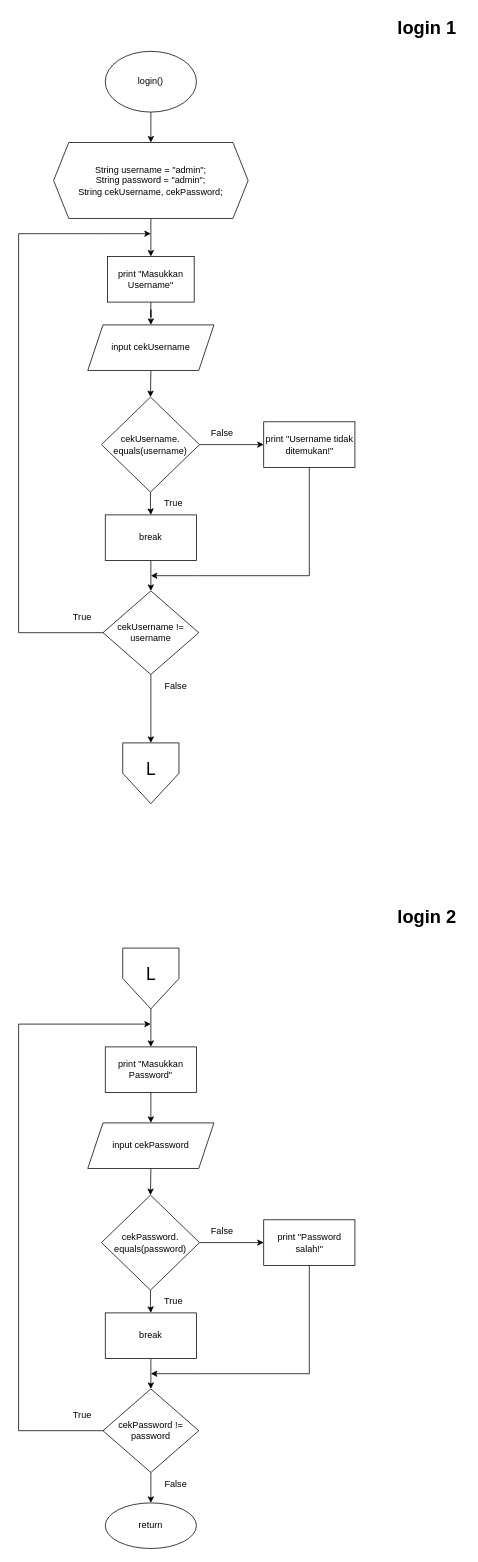
Before: page "login" (3 of 9) of Tugas Akhir/Flowchart.drawio in nhaidaar/daspro, a draw.io diagram. Source tidied: cells renumbered, new cells numbered last; positions are measured from the earlier drawing's top-left corner, leaving out a move shared by most shapes. Both pictures are drawn from the tidied source at 76%, with x=0, y=0 at pixel (18, 13).
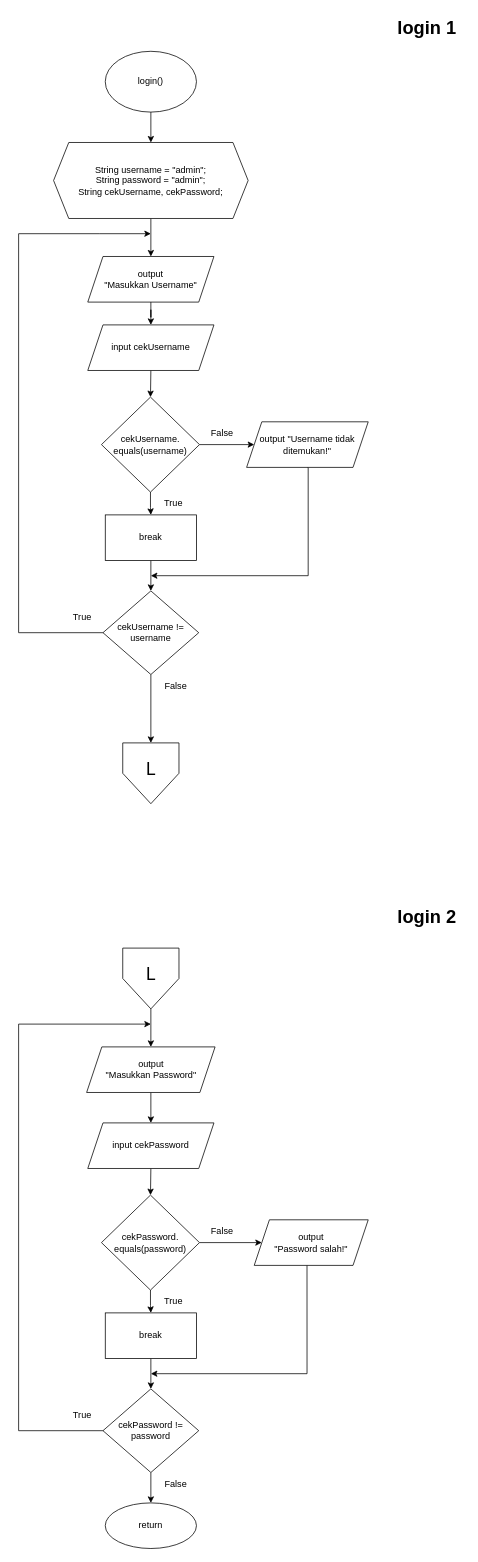
The same page after the edit.

The change refers to these unchanged cells:
```xml
<mxCell id="5" value="&lt;div&gt;String username = &quot;admin&quot;;&lt;/div&gt;&lt;div&gt;&lt;span style=&quot;background-color: initial;&quot;&gt;String password = &quot;admin&quot;;&lt;/span&gt;&lt;/div&gt;&lt;div&gt;&lt;span style=&quot;background-color: initial;&quot;&gt;String cekUsername, cekPassword;&lt;/span&gt;&lt;/div&gt;" style="shape=hexagon;perimeter=hexagonPerimeter2;whiteSpace=wrap;html=1;fixedSize=1;align=center;" parent="1" vertex="1">
  <mxGeometry x="46" y="170" width="256" height="100" as="geometry" />
</mxCell>
<mxCell id="9" value="input cekUsername" style="shape=parallelogram;perimeter=parallelogramPerimeter;whiteSpace=wrap;html=1;fixedSize=1;" parent="1" vertex="1">
  <mxGeometry x="91" y="410" width="166" height="60" as="geometry" />
</mxCell>
<mxCell id="12" value="cekUsername.&lt;br&gt;equals(username)" style="rhombus;whiteSpace=wrap;html=1;" parent="1" vertex="1">
  <mxGeometry x="109" y="505" width="129" height="125" as="geometry" />
</mxCell>
<mxCell id="23" value="input cekPassword" style="shape=parallelogram;perimeter=parallelogramPerimeter;whiteSpace=wrap;html=1;fixedSize=1;" parent="1" vertex="1">
  <mxGeometry x="91" y="1460" width="166" height="60" as="geometry" />
</mxCell>
<mxCell id="26" value="cekPassword.&lt;br&gt;equals(password)" style="rhombus;whiteSpace=wrap;html=1;" parent="1" vertex="1">
  <mxGeometry x="109" y="1555" width="129" height="125" as="geometry" />
</mxCell>
<mxCell id="45" value="L" style="verticalLabelPosition=bottom;verticalAlign=top;html=1;shape=offPageConnector;rounded=0;size=0.5;spacingTop=-65;fontSize=23;" parent="1" vertex="1">
  <mxGeometry x="137" y="1230" width="74" height="80" as="geometry" />
</mxCell>
```

The edit, as a diff of the source:
```diff
@@
-    <mxCell id="4" style="edgeStyle=orthogonalEdgeStyle;rounded=0;jettySize=auto;html=1;" parent="1" edge="1" source="5" target="7">
+    <mxCell id="4" style="edgeStyle=orthogonalEdgeStyle;rounded=0;jettySize=auto;html=1;entryX=0.5;entryY=0;entryDx=0;entryDy=0;" parent="1" edge="1" source="5" target="48">
       <mxGeometry relative="1" as="geometry" />
     </mxCell>
@@
-    <mxCell id="6" style="edgeStyle=orthogonalEdgeStyle;rounded=0;jettySize=auto;html=1;" parent="1" edge="1" source="7" target="9">
+    <mxCell id="6" style="edgeStyle=orthogonalEdgeStyle;rounded=0;jettySize=auto;html=1;exitX=0.5;exitY=1;exitDx=0;exitDy=0;" parent="1" edge="1" source="48" target="9">
       <mxGeometry relative="1" as="geometry" />
     </mxCell>
-    <mxCell id="7" value="print &quot;Masukkan Username&quot;" style="whiteSpace=wrap;html=1;" parent="1" vertex="1">
-      <mxGeometry x="117" y="320" width="114" height="60" as="geometry" />
-    </mxCell>
@@
-    <mxCell id="11" style="edgeStyle=orthogonalEdgeStyle;rounded=0;jettySize=auto;html=1;" parent="1" edge="1" source="12" target="16">
+    <mxCell id="11" style="edgeStyle=orthogonalEdgeStyle;rounded=0;jettySize=auto;html=1;entryX=0;entryY=0.5;entryDx=0;entryDy=0;" parent="1" edge="1" source="12" target="49">
       <mxGeometry relative="1" as="geometry" />
     </mxCell>
@@
-    <mxCell id="15" style="edgeStyle=orthogonalEdgeStyle;rounded=0;jettySize=auto;html=1;exitX=0.5;exitY=1;exitDx=0;exitDy=0;" parent="1" edge="1" source="16">
+    <mxCell id="15" style="edgeStyle=orthogonalEdgeStyle;rounded=0;jettySize=auto;html=1;exitX=0.5;exitY=1;exitDx=0;exitDy=0;" parent="1" edge="1" source="49">
       <mxGeometry relative="1" as="geometry">
         <mxPoint x="174" y="740" as="targetPoint" />
         <Array as="points">
-          <mxPoint x="383" y="740" />
-          <mxPoint x="237" y="740" />
+          <mxPoint x="381" y="598" />
+          <mxPoint x="381" y="740" />
         </Array>
       </mxGeometry>
     </mxCell>
-    <mxCell id="16" value="print &quot;Username tidak ditemukan!&quot;" style="whiteSpace=wrap;html=1;" parent="1" vertex="1">
-      <mxGeometry x="322.5" y="537.5" width="120" height="60" as="geometry" />
-    </mxCell>
@@
-    <mxCell id="20" style="edgeStyle=orthogonalEdgeStyle;rounded=0;jettySize=auto;html=1;exitX=0.5;exitY=1;exitDx=0;exitDy=0;entryX=0.5;entryY=0;entryDx=0;entryDy=0;" parent="1" edge="1" source="21" target="23">
+    <mxCell id="20" style="edgeStyle=orthogonalEdgeStyle;rounded=0;jettySize=auto;html=1;exitX=0.5;exitY=1;exitDx=0;exitDy=0;entryX=0.5;entryY=0;entryDx=0;entryDy=0;" parent="1" edge="1" source="50" target="23">
       <mxGeometry relative="1" as="geometry" />
     </mxCell>
-    <mxCell id="21" value="print &quot;Masukkan Password&quot;" style="whiteSpace=wrap;html=1;" parent="1" vertex="1">
-      <mxGeometry x="114" y="1360" width="120" height="60" as="geometry" />
-    </mxCell>
@@
-    <mxCell id="25" style="edgeStyle=orthogonalEdgeStyle;rounded=0;jettySize=auto;html=1;" parent="1" edge="1" source="26" target="30">
+    <mxCell id="25" style="edgeStyle=orthogonalEdgeStyle;rounded=0;jettySize=auto;html=1;entryX=0;entryY=0.5;entryDx=0;entryDy=0;" parent="1" edge="1" source="26" target="51">
       <mxGeometry relative="1" as="geometry" />
     </mxCell>
@@
-    <mxCell id="29" style="edgeStyle=orthogonalEdgeStyle;rounded=0;jettySize=auto;html=1;exitX=0.5;exitY=1;exitDx=0;exitDy=0;" parent="1" edge="1" source="30">
+    <mxCell id="29" style="edgeStyle=orthogonalEdgeStyle;rounded=0;jettySize=auto;html=1;exitX=0.463;exitY=0.985;exitDx=0;exitDy=0;exitPerimeter=0;" parent="1" edge="1" source="51">
       <mxGeometry relative="1" as="geometry">
         <mxPoint x="174" y="1790" as="targetPoint" />
         <Array as="points">
-          <mxPoint x="383" y="1790" />
-          <mxPoint x="237" y="1790" />
+          <mxPoint x="380" y="1790" />
         </Array>
       </mxGeometry>
     </mxCell>
-    <mxCell id="30" value="print &quot;Password salah!&quot;" style="whiteSpace=wrap;html=1;" parent="1" vertex="1">
-      <mxGeometry x="322.5" y="1587.5" width="120" height="60" as="geometry" />
-    </mxCell>
@@
-    <mxCell id="44" style="edgeStyle=orthogonalEdgeStyle;rounded=0;jettySize=auto;html=1;exitX=0.5;exitY=1;exitDx=0;exitDy=0;entryX=0.5;entryY=0;entryDx=0;entryDy=0;fontSize=23;" parent="1" edge="1" source="45" target="21">
+    <mxCell id="44" style="edgeStyle=orthogonalEdgeStyle;rounded=0;jettySize=auto;html=1;exitX=0.5;exitY=1;exitDx=0;exitDy=0;fontSize=23;entryX=0.5;entryY=0;entryDx=0;entryDy=0;" parent="1" edge="1" source="45" target="50">
       <mxGeometry relative="1" as="geometry" />
     </mxCell>
@@
+    <mxCell id="48" value="output &lt;br&gt;&quot;Masukkan Username&quot;" style="shape=parallelogram;perimeter=parallelogramPerimeter;whiteSpace=wrap;html=1;fixedSize=1;" parent="1" vertex="1">
+      <mxGeometry x="91" y="320" width="166" height="60" as="geometry" />
+    </mxCell>
+    <mxCell id="49" value="output &quot;Username tidak ditemukan!&quot;" style="shape=parallelogram;perimeter=parallelogramPerimeter;whiteSpace=wrap;html=1;fixedSize=1;" parent="1" vertex="1">
+      <mxGeometry x="300" y="537.5" width="160" height="60" as="geometry" />
+    </mxCell>
+    <mxCell id="50" value="output &lt;br&gt;&quot;Masukkan Password&quot;" style="shape=parallelogram;perimeter=parallelogramPerimeter;whiteSpace=wrap;html=1;fixedSize=1;" parent="1" vertex="1">
+      <mxGeometry x="89.5" y="1360" width="169" height="60" as="geometry" />
+    </mxCell>
+    <mxCell id="51" value="output&lt;br&gt;&quot;Password salah!&quot;" style="shape=parallelogram;perimeter=parallelogramPerimeter;whiteSpace=wrap;html=1;fixedSize=1;" parent="1" vertex="1">
+      <mxGeometry x="310" y="1587.5" width="150" height="60" as="geometry" />
+    </mxCell>
```
